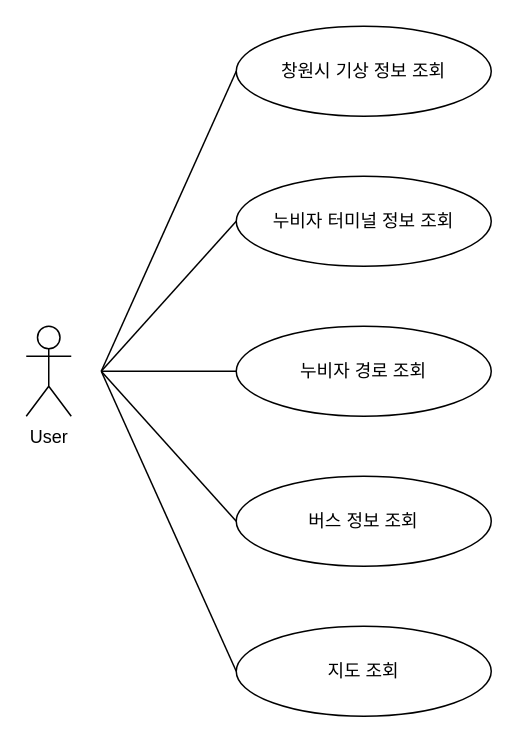
Earlier version of the draw.io diagram 2nd_homework/usecase_diagram/usecase_diagram .drawio (chisacam/CWNU19SE_2B). Source tidied: cells renumbered, new cells numbered last; positions are measured from the earlier drawing's top-left corner, leaving out a move shared by most shapes. Both pictures are drawn from the tidied source at 150%, with x=0, y=0 at pixel (26, 26).
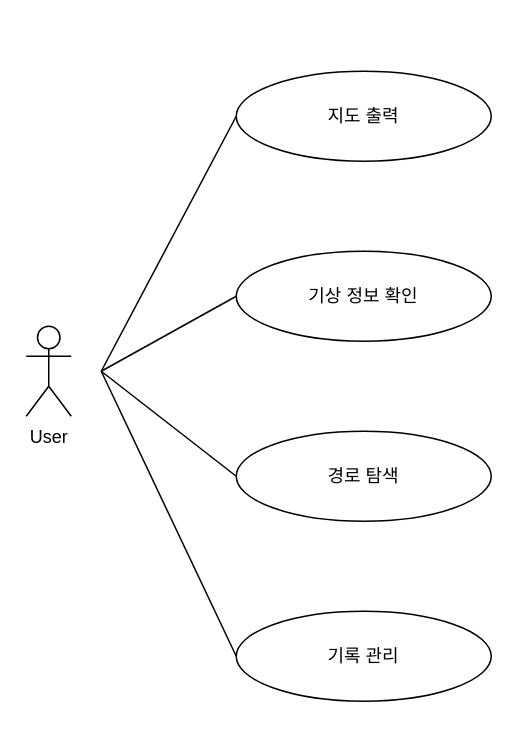
After the change.

Commit message (it also covers changes not shown here):
update usecase diagram

Diff of the diagram source:
```diff
@@
 <mxGraphModel>
   <root>
     <mxCell id="0" />
     <mxCell id="1" parent="0" />
     <mxCell id="2" value="User" style="shape=umlActor;verticalLabelPosition=bottom;labelBackgroundColor=#ffffff;verticalAlign=top;html=1;fontFamily=Helvetica;fontStyle=0;" parent="1" vertex="1">
       <mxGeometry y="200" width="30" height="60" as="geometry" />
     </mxCell>
-    <mxCell id="3" value="누비자 경로 조회" style="ellipse;whiteSpace=wrap;html=1;fontFamily=Helvetica;" parent="1" vertex="1">
-      <mxGeometry x="140" y="200" width="170" height="60" as="geometry" />
-    </mxCell>
-    <mxCell id="4" value="지도 조회" style="ellipse;whiteSpace=wrap;html=1;fontFamily=Helvetica;" parent="1" vertex="1">
-      <mxGeometry x="140" y="400" width="170" height="60" as="geometry" />
+    <mxCell id="4" value="기록 관리" style="ellipse;whiteSpace=wrap;html=1;fontFamily=Helvetica;" parent="1" vertex="1">
+      <mxGeometry x="140" y="390" width="170" height="60" as="geometry" />
     </mxCell>
-    <mxCell id="5" value="누비자 터미널 정보 조회" style="ellipse;whiteSpace=wrap;html=1;fontFamily=Helvetica;" parent="1" vertex="1">
-      <mxGeometry x="140" y="100" width="170" height="60" as="geometry" />
+    <mxCell id="5" value="기상 정보 확인" style="ellipse;whiteSpace=wrap;html=1;fontFamily=Helvetica;" parent="1" vertex="1">
+      <mxGeometry x="140" y="150" width="170" height="60" as="geometry" />
     </mxCell>
-    <mxCell id="6" value="버스 정보 조회" style="ellipse;whiteSpace=wrap;html=1;fontFamily=Helvetica;" parent="1" vertex="1">
-      <mxGeometry x="140" y="300" width="170" height="60" as="geometry" />
+    <mxCell id="6" value="경로 탐색" style="ellipse;whiteSpace=wrap;html=1;fontFamily=Helvetica;" parent="1" vertex="1">
+      <mxGeometry x="140" y="270" width="170" height="60" as="geometry" />
     </mxCell>
-    <mxCell id="7" value="창원시 기상 정보 조회" style="ellipse;whiteSpace=wrap;html=1;fontFamily=Helvetica;" parent="1" vertex="1">
-      <mxGeometry x="140" width="170" height="60" as="geometry" />
+    <mxCell id="7" value="지도 출력" style="ellipse;whiteSpace=wrap;html=1;fontFamily=Helvetica;" parent="1" vertex="1">
+      <mxGeometry x="140" y="30" width="170" height="60" as="geometry" />
     </mxCell>
     <mxCell id="8" style="endArrow=none;html=1;entryX=0;entryY=0.5;entryDx=0;entryDy=0;" parent="1" edge="1" target="4">
       <mxGeometry relative="1" as="geometry">
         <mxPoint x="50" y="230" as="sourcePoint" />
       </mxGeometry>
     </mxCell>
     <mxCell id="9" style="endArrow=none;html=1;entryX=0;entryY=0.5;entryDx=0;entryDy=0;" parent="1" edge="1" target="6">
       <mxGeometry relative="1" as="geometry">
         <mxPoint x="50" y="230" as="sourcePoint" />
       </mxGeometry>
     </mxCell>
-    <mxCell id="10" style="endArrow=none;html=1;entryX=0;entryY=0.5;entryDx=0;entryDy=0;" parent="1" edge="1" target="3">
-      <mxGeometry relative="1" as="geometry">
-        <mxPoint x="50" y="230" as="sourcePoint" />
-      </mxGeometry>
-    </mxCell>
     <mxCell id="11" style="endArrow=none;html=1;entryX=0;entryY=0.5;entryDx=0;entryDy=0;" parent="1" edge="1" target="5">
       <mxGeometry relative="1" as="geometry">
         <mxPoint x="50" y="230" as="sourcePoint" />
       </mxGeometry>
     </mxCell>
-    <mxCell id="12" style="endArrow=none;html=1;" parent="1" edge="1">
+    <mxCell id="12" style="endArrow=none;html=1;entryX=0;entryY=0.5;entryDx=0;entryDy=0;" parent="1" edge="1" target="7">
       <mxGeometry relative="1" as="geometry">
         <mxPoint x="50" y="230" as="sourcePoint" />
-        <mxPoint x="140" y="30" as="targetPoint" />
       </mxGeometry>
     </mxCell>
   </root>
 </mxGraphModel>
```
